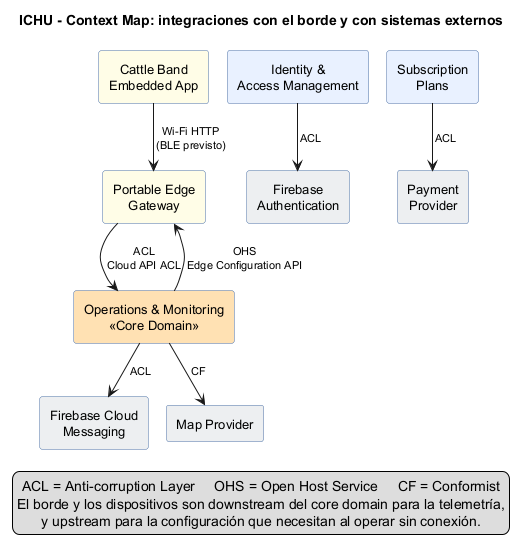
The PlantUML diagram report/assets/images/diagrams/context-map-external.png in five-smart-farm-creators/ichu-report, before a commit.
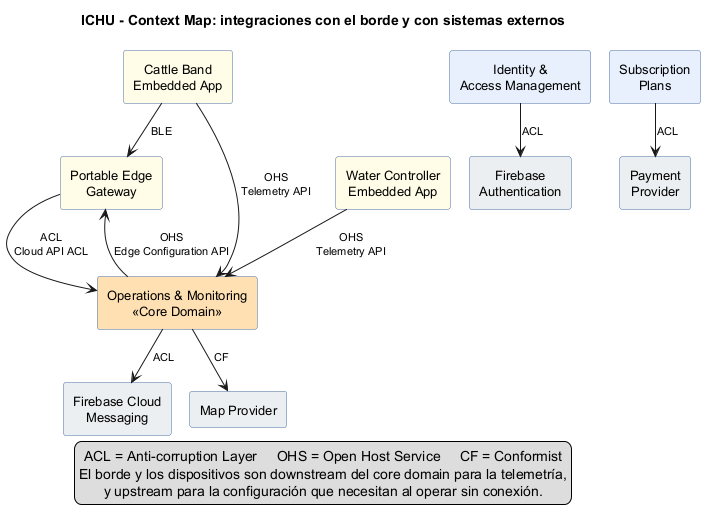
Later version of the same file.

Change to the diagram source:
```diff
@@ -11,6 +11,7 @@
 title ICHU - Context Map: integraciones con el borde y con sistemas externos
 
 rectangle "Cattle Band\nEmbedded App" as BAND #FFFDE7
+rectangle "Water Controller\nEmbedded App" as WATER #FFFDE7
 rectangle "Portable Edge\nGateway" as EDGE #FFFDE7
 
 rectangle "Operations & Monitoring\n<<Core Domain>>" as MON #FFE0B2
@@ -22,7 +23,9 @@
 rectangle "Map Provider" as MAP #ECEFF1
 rectangle "Payment\nProvider" as PAY #ECEFF1
 
-BAND -down-> EDGE : Wi-Fi HTTP\n(BLE previsto)
+BAND -down-> EDGE : BLE
+BAND -down-> MON : OHS\nTelemetry API
+WATER -down-> MON : OHS\nTelemetry API
 EDGE -down-> MON : ACL\nCloud API ACL
 MON -up-> EDGE : OHS\nEdge Configuration API
 
```
